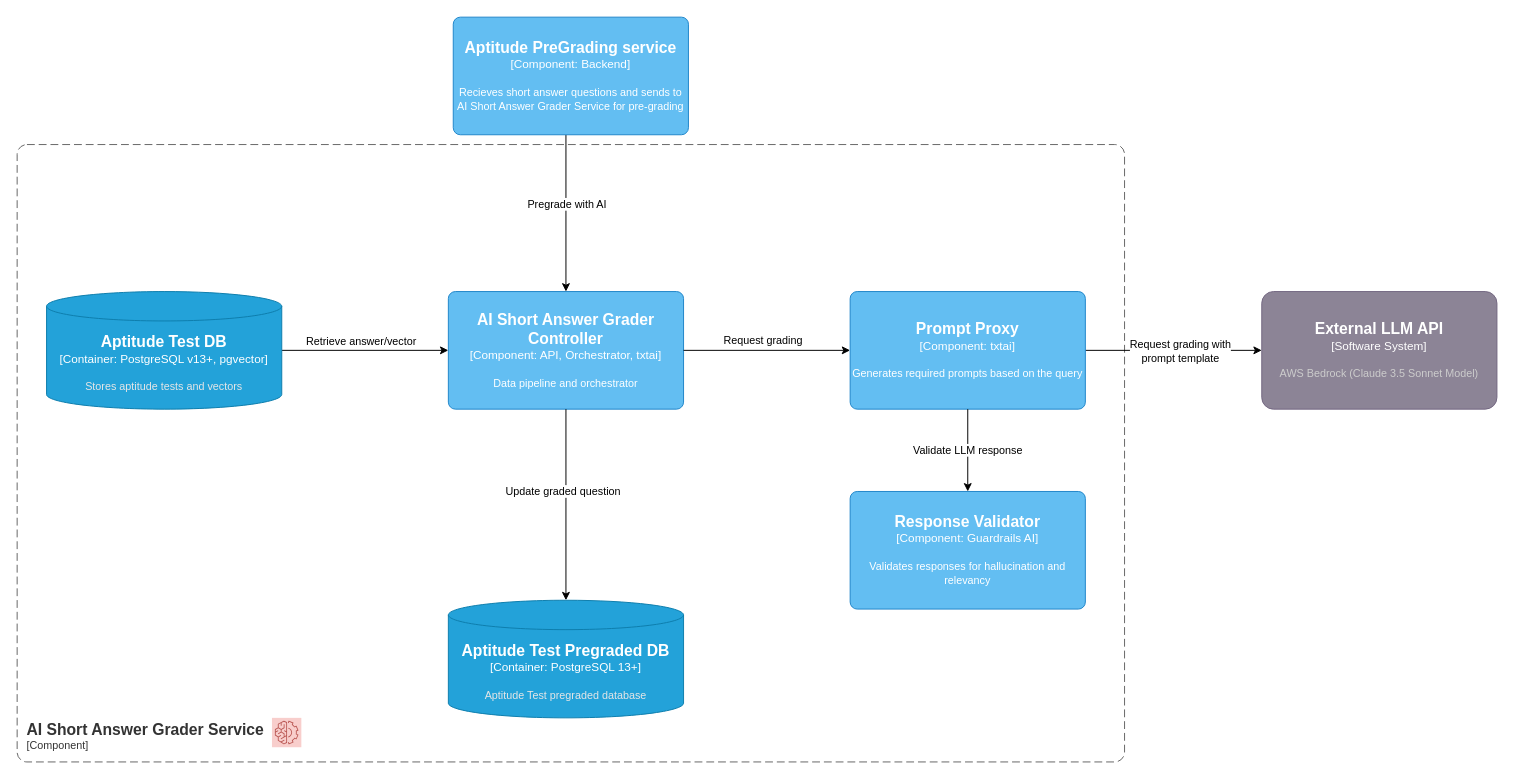
architectrons/arch-kata-2025 keeps this draw.io diagram as page "C3-AI Short Answer Grader Service Component" (7 of 8) of Certifiable c4.drawio. Above is the earlier version. Source tidied: cells renumbered, new cells numbered last; positions are measured from the earlier drawing's top-left corner, leaving out a move shared by most shapes. Both pictures are drawn from the tidied source at 98%, with x=0, y=0 at pixel (17, 17).
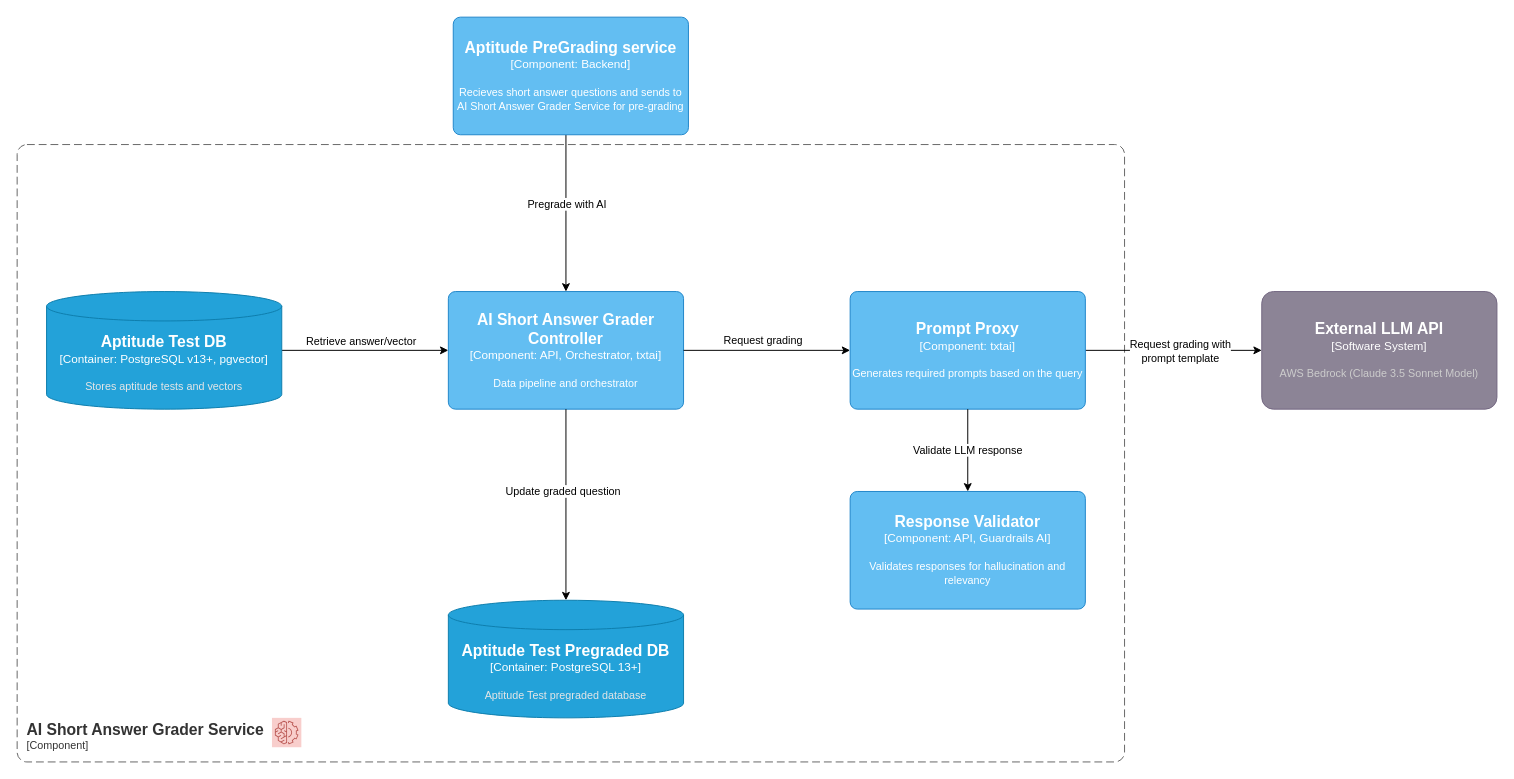
After the change.

What changed in the source:
```diff
@@
-    <object id="16" label="&lt;font style=&quot;font-size: 16px&quot;&gt;&lt;b&gt;%c4Name%&lt;/b&gt;&lt;/font&gt;&lt;div&gt;[%c4Type%: %c4Technology%]&lt;/div&gt;&lt;br&gt;&lt;div&gt;&lt;font style=&quot;font-size: 11px&quot;&gt;%c4Description%&lt;/font&gt;&lt;/div&gt;" c4Description="Validates responses for hallucination and relevancy" c4Name="Response Validator" c4Technology="Guardrails AI" c4Type="Component" placeholders="1">
+    <object id="16" label="&lt;font style=&quot;font-size: 16px&quot;&gt;&lt;b&gt;%c4Name%&lt;/b&gt;&lt;/font&gt;&lt;div&gt;[%c4Type%: %c4Technology%]&lt;/div&gt;&lt;br&gt;&lt;div&gt;&lt;font style=&quot;font-size: 11px&quot;&gt;%c4Description%&lt;/font&gt;&lt;/div&gt;" c4Description="Validates responses for hallucination and relevancy" c4Name="Response Validator" c4Technology="API, Guardrails AI" c4Type="Component" placeholders="1">
       <mxCell style="rounded=1;whiteSpace=wrap;html=1;labelBackgroundColor=none;fillColor=#63BEF2;fontColor=#ffffff;align=center;arcSize=6;strokeColor=#2086C9;points=[[0.25,0,0],[0.5,0,0],[0.75,0,0],[1,0.25,0],[1,0.5,0],[1,0.75,0],[0.75,1,0],[0.5,1,0],[0.25,1,0],[0,0.75,0],[0,0.5,0],[0,0.25,0]];" parent="1" vertex="1">
         <mxGeometry x="850" y="484" width="240" height="120" as="geometry" />
       </mxCell>
     </object>
```
